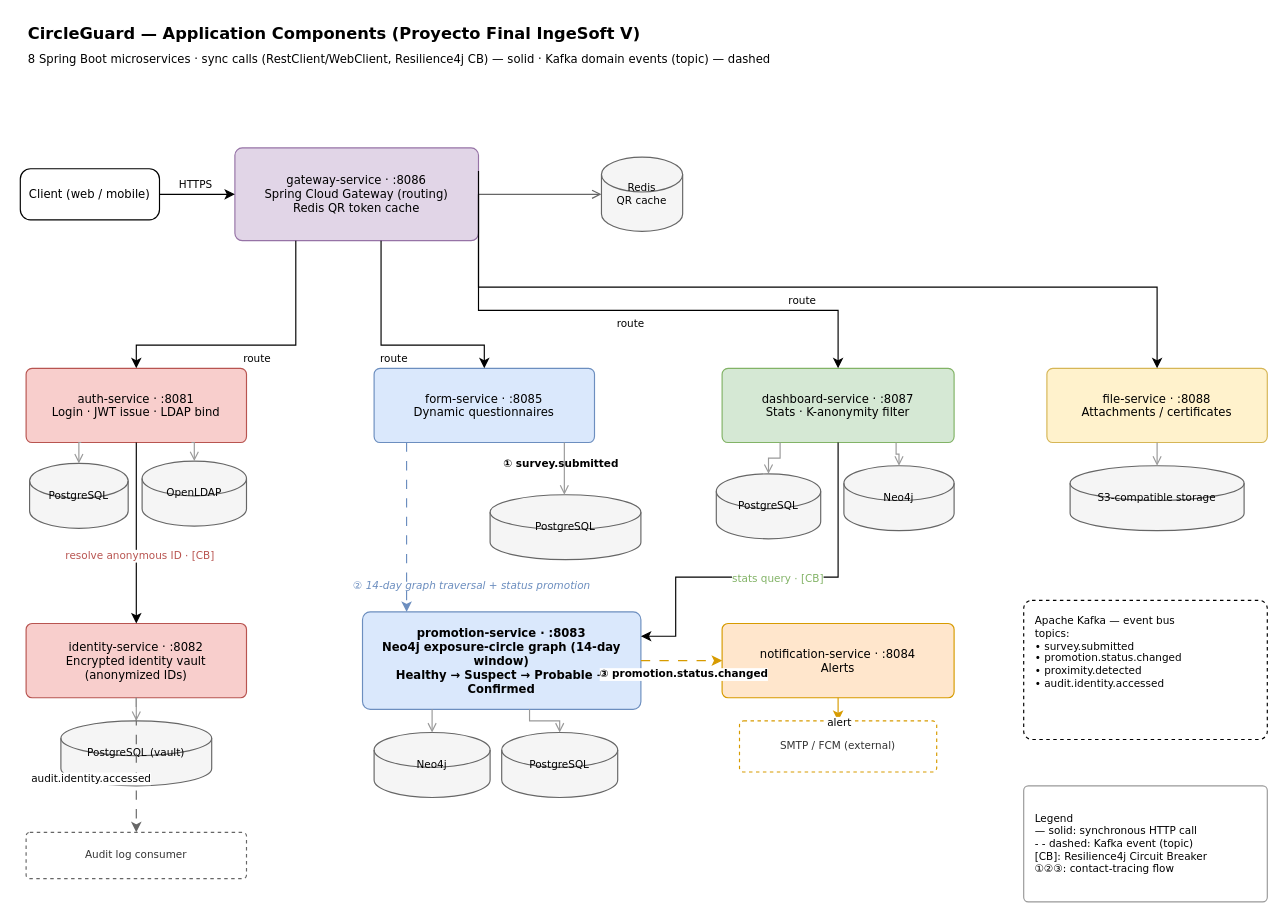
Before: doc/drawio/Application Components.drawio in RonyOz/microservices-circle-guard-ops, a draw.io diagram. Source tidied: cells renumbered, new cells numbered last; positions are measured from the earlier drawing's top-left corner, leaving out a move shared by most shapes. Both pictures are drawn from the tidied source at 116%, with x=0, y=0 at pixel (20, 20).
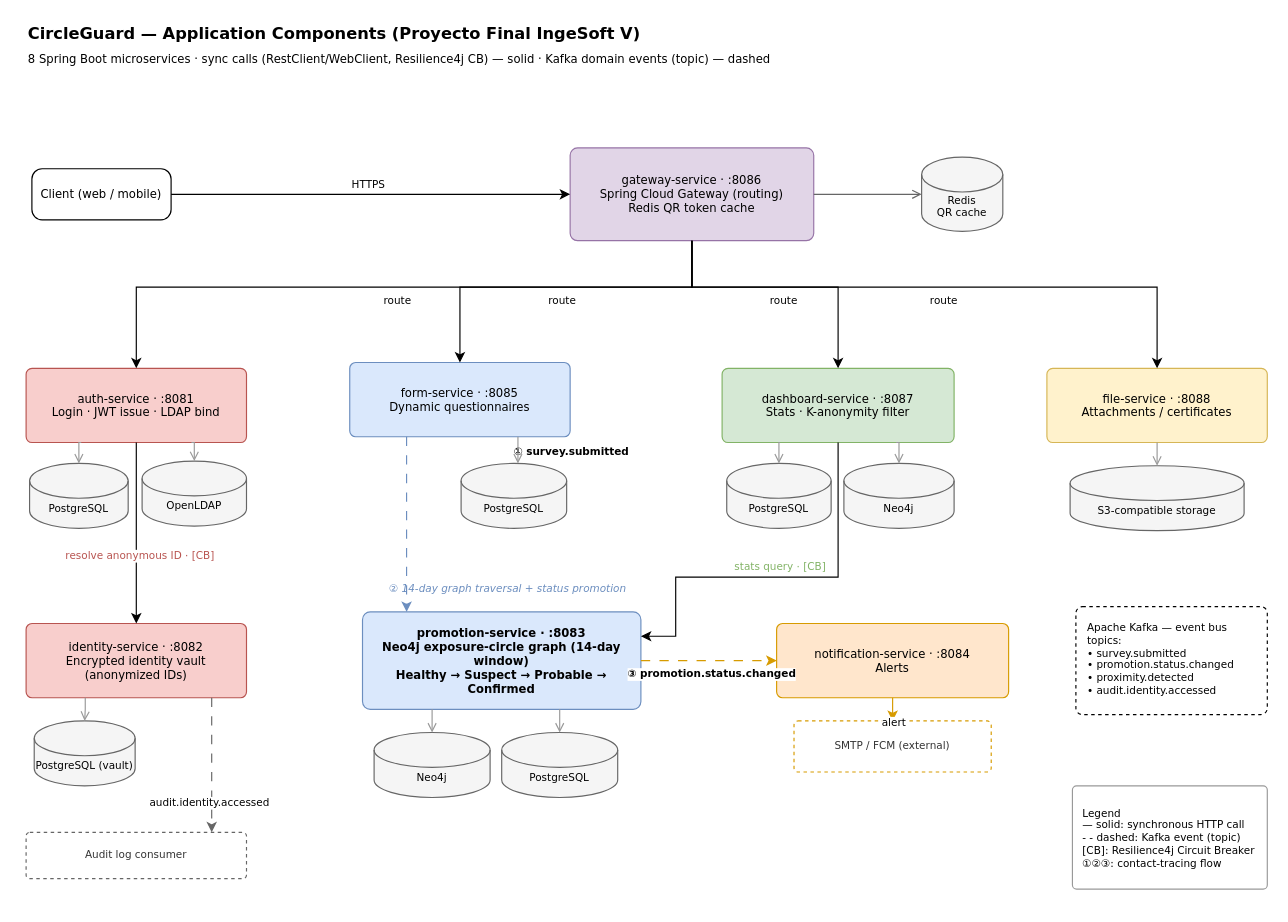
The same page after the edit.

Commit message:
doc: update components diagram

The change refers to these unchanged cells:
```xml
<mxCell id="7" value="auth-service · :8081&#10;Login · JWT issue · LDAP bind" style="rounded=1;whiteSpace=wrap;html=1;arcSize=8;fillColor=#f8cecc;strokeColor=#b85450;fontFamily=Verdana;fontSize=10;" parent="1" vertex="1">
  <mxGeometry x="5" y="300" width="190" height="64" as="geometry" />
</mxCell>
<mxCell id="10" value="identity-service · :8082&#10;Encrypted identity vault&#10;(anonymized IDs)" style="rounded=1;whiteSpace=wrap;html=1;arcSize=8;fillColor=#f8cecc;strokeColor=#b85450;fontFamily=Verdana;fontSize=10;" parent="1" vertex="1">
  <mxGeometry x="5" y="520" width="190" height="64" as="geometry" />
</mxCell>
<mxCell id="14" value="promotion-service · :8083&#10;Neo4j exposure-circle graph (14-day window)&#10;Healthy → Suspect → Probable → Confirmed" style="rounded=1;whiteSpace=wrap;html=1;arcSize=8;fillColor=#dae8fc;strokeColor=#6c8ebf;fontFamily=Verdana;fontSize=10;fontStyle=1;" parent="1" vertex="1">
  <mxGeometry x="295" y="510" width="240" height="84" as="geometry" />
</mxCell>
<mxCell id="17" value="dashboard-service · :8087&#10;Stats · K-anonymity filter" style="rounded=1;whiteSpace=wrap;html=1;arcSize=8;fillColor=#d5e8d4;strokeColor=#82b366;fontFamily=Verdana;fontSize=10;" parent="1" vertex="1">
  <mxGeometry x="605" y="300" width="200" height="64" as="geometry" />
</mxCell>
<mxCell id="22" value="file-service · :8088&#10;Attachments / certificates" style="rounded=1;whiteSpace=wrap;html=1;arcSize=8;fillColor=#fff2cc;strokeColor=#d6b656;fontFamily=Verdana;fontSize=10;" parent="1" vertex="1">
  <mxGeometry x="885" y="300" width="190" height="64" as="geometry" />
</mxCell>
<mxCell id="25" value="Audit log consumer" style="rounded=1;whiteSpace=wrap;html=1;arcSize=8;fillColor=none;dashed=1;strokeColor=#666666;fontFamily=Verdana;fontSize=9;fontColor=#333333;" parent="1" vertex="1">
  <mxGeometry x="5" y="700" width="190" height="40" as="geometry" />
</mxCell>
<mxCell id="41" style="edgeStyle=orthogonalEdgeStyle;rounded=0;html=1;endArrow=classic;exitX=0.5;exitY=1;exitDx=0;exitDy=0;entryX=1;entryY=0.25;entryDx=0;entryDy=0;" parent="1" edge="1" source="17" target="14">
  <mxGeometry relative="1" as="geometry">
    <Array as="points">
      <mxPoint x="705" y="480" />
      <mxPoint x="565" y="480" />
    </Array>
  </mxGeometry>
</mxCell>
<mxCell id="43" style="edgeStyle=orthogonalEdgeStyle;rounded=0;html=1;endArrow=classic;dashed=1;dashPattern=8 8;strokeColor=#6c8ebf;" parent="1" edge="1" source="12" target="14">
  <mxGeometry relative="1" as="geometry">
    <Array as="points">
      <mxPoint x="333" y="474" />
      <mxPoint x="333" y="474" />
    </Array>
  </mxGeometry>
</mxCell>
```

The edit, as a diff of the source:
```diff
@@
     <mxCell id="4" value="Client (web / mobile)" style="rounded=1;whiteSpace=wrap;html=1;arcSize=20;fillColor=none;fontFamily=Verdana;fontSize=10;" parent="1" vertex="1">
-      <mxGeometry y="128" width="120" height="44" as="geometry" />
+      <mxGeometry x="10" y="128" width="120" height="44" as="geometry" />
     </mxCell>
     <mxCell id="5" value="gateway-service · :8086&#10;Spring Cloud Gateway (routing)&#10;Redis QR token cache" style="rounded=1;whiteSpace=wrap;html=1;arcSize=8;fillColor=#e1d5e7;strokeColor=#9673a6;fontFamily=Verdana;fontSize=10;" parent="1" vertex="1">
-      <mxGeometry x="185" y="110" width="210" height="80" as="geometry" />
+      <mxGeometry x="474" y="110" width="210" height="80" as="geometry" />
     </mxCell>
-    <mxCell id="6" value="Redis&#10;QR cache" style="shape=cylinder3;whiteSpace=wrap;html=1;fillColor=#f5f5f5;strokeColor=#666666;fontFamily=Verdana;fontSize=9;" parent="1" vertex="1">
-      <mxGeometry x="501" y="118" width="70" height="64" as="geometry" />
+    <mxCell id="6" value="&lt;div&gt;&lt;br&gt;&lt;/div&gt;&lt;div&gt;&lt;br&gt;&lt;/div&gt;Redis&lt;br&gt;QR cache" style="shape=cylinder3;whiteSpace=wrap;html=1;fillColor=#f5f5f5;strokeColor=#666666;fontFamily=Verdana;fontSize=9;" parent="1" vertex="1">
+      <mxGeometry x="777" y="118" width="70" height="64" as="geometry" />
     </mxCell>
@@
-    <mxCell id="8" value="PostgreSQL" style="shape=cylinder3;whiteSpace=wrap;html=1;fillColor=#f5f5f5;strokeColor=#666666;fontFamily=Verdana;fontSize=9;" parent="1" vertex="1">
+    <mxCell id="8" value="&lt;div&gt;&lt;br&gt;&lt;/div&gt;&lt;div&gt;&lt;br&gt;&lt;/div&gt;PostgreSQL" style="shape=cylinder3;whiteSpace=wrap;html=1;fillColor=#f5f5f5;strokeColor=#666666;fontFamily=Verdana;fontSize=9;" parent="1" vertex="1">
       <mxGeometry x="8" y="382" width="85" height="56" as="geometry" />
     </mxCell>
-    <mxCell id="9" value="OpenLDAP" style="shape=cylinder3;whiteSpace=wrap;html=1;fillColor=#f5f5f5;strokeColor=#666666;fontFamily=Verdana;fontSize=9;" parent="1" vertex="1">
+    <mxCell id="9" value="&lt;div&gt;&lt;br&gt;&lt;/div&gt;&lt;div&gt;&lt;br&gt;&lt;/div&gt;OpenLDAP" style="shape=cylinder3;whiteSpace=wrap;html=1;fillColor=#f5f5f5;strokeColor=#666666;fontFamily=Verdana;fontSize=9;" parent="1" vertex="1">
       <mxGeometry x="105" y="380" width="90" height="56" as="geometry" />
     </mxCell>
@@
-    <mxCell id="11" value="PostgreSQL (vault)" style="shape=cylinder3;whiteSpace=wrap;html=1;fillColor=#f5f5f5;strokeColor=#666666;fontFamily=Verdana;fontSize=9;" parent="1" vertex="1">
-      <mxGeometry x="35" y="604" width="130" height="56" as="geometry" />
+    <mxCell id="11" value="&lt;div&gt;&lt;br&gt;&lt;/div&gt;&lt;div&gt;&lt;br&gt;&lt;/div&gt;PostgreSQL (vault)" style="shape=cylinder3;whiteSpace=wrap;html=1;fillColor=#f5f5f5;strokeColor=#666666;fontFamily=Verdana;fontSize=9;" parent="1" vertex="1">
+      <mxGeometry x="12" y="604" width="87" height="56" as="geometry" />
     </mxCell>
     <mxCell id="12" value="form-service · :8085&#10;Dynamic questionnaires" style="rounded=1;whiteSpace=wrap;html=1;arcSize=8;fillColor=#dae8fc;strokeColor=#6c8ebf;fontFamily=Verdana;fontSize=10;" parent="1" vertex="1">
-      <mxGeometry x="305" y="300" width="190" height="64" as="geometry" />
+      <mxGeometry x="284" y="295" width="190" height="64" as="geometry" />
     </mxCell>
-    <mxCell id="13" value="PostgreSQL" style="shape=cylinder3;whiteSpace=wrap;html=1;fillColor=#f5f5f5;strokeColor=#666666;fontFamily=Verdana;fontSize=9;" parent="1" vertex="1">
-      <mxGeometry x="405" y="409" width="130" height="56" as="geometry" />
+    <mxCell id="13" value="&lt;div&gt;&lt;br&gt;&lt;/div&gt;&lt;div&gt;&lt;br&gt;&lt;/div&gt;PostgreSQL" style="shape=cylinder3;whiteSpace=wrap;html=1;fillColor=#f5f5f5;strokeColor=#666666;fontFamily=Verdana;fontSize=9;" parent="1" vertex="1">
+      <mxGeometry x="380" y="382" width="91" height="56" as="geometry" />
     </mxCell>
@@
-    <mxCell id="15" value="Neo4j" style="shape=cylinder3;whiteSpace=wrap;html=1;fillColor=#f5f5f5;strokeColor=#666666;fontFamily=Verdana;fontSize=9;" parent="1" vertex="1">
+    <mxCell id="15" value="&lt;div&gt;&lt;br&gt;&lt;/div&gt;&lt;div&gt;&lt;br&gt;&lt;/div&gt;Neo4j" style="shape=cylinder3;whiteSpace=wrap;html=1;fillColor=#f5f5f5;strokeColor=#666666;fontFamily=Verdana;fontSize=9;" parent="1" vertex="1">
       <mxGeometry x="305" y="614" width="100" height="56" as="geometry" />
     </mxCell>
-    <mxCell id="16" value="PostgreSQL" style="shape=cylinder3;whiteSpace=wrap;html=1;fillColor=#f5f5f5;strokeColor=#666666;fontFamily=Verdana;fontSize=9;" parent="1" vertex="1">
+    <mxCell id="16" value="&lt;div&gt;&lt;br&gt;&lt;/div&gt;&lt;div&gt;&lt;br&gt;&lt;/div&gt;PostgreSQL" style="shape=cylinder3;whiteSpace=wrap;html=1;fillColor=#f5f5f5;strokeColor=#666666;fontFamily=Verdana;fontSize=9;" parent="1" vertex="1">
       <mxGeometry x="415" y="614" width="100" height="56" as="geometry" />
     </mxCell>
@@
-    <mxCell id="18" value="PostgreSQL" style="shape=cylinder3;whiteSpace=wrap;html=1;fillColor=#f5f5f5;strokeColor=#666666;fontFamily=Verdana;fontSize=9;" parent="1" vertex="1">
-      <mxGeometry x="600" y="391" width="90" height="56" as="geometry" />
+    <mxCell id="18" value="&lt;div&gt;&lt;br&gt;&lt;/div&gt;&lt;div&gt;&lt;br&gt;&lt;/div&gt;PostgreSQL" style="shape=cylinder3;whiteSpace=wrap;html=1;fillColor=#f5f5f5;strokeColor=#666666;fontFamily=Verdana;fontSize=9;" parent="1" vertex="1">
+      <mxGeometry x="609" y="382" width="90" height="56" as="geometry" />
     </mxCell>
-    <mxCell id="19" value="Neo4j" style="shape=cylinder3;whiteSpace=wrap;html=1;fillColor=#f5f5f5;strokeColor=#666666;fontFamily=Verdana;fontSize=9;" parent="1" vertex="1">
-      <mxGeometry x="710" y="384" width="95" height="56" as="geometry" />
+    <mxCell id="19" value="&lt;div&gt;&lt;br&gt;&lt;/div&gt;&lt;div&gt;&lt;br&gt;&lt;/div&gt;Neo4j" style="shape=cylinder3;whiteSpace=wrap;html=1;fillColor=#f5f5f5;strokeColor=#666666;fontFamily=Verdana;fontSize=9;" parent="1" vertex="1">
+      <mxGeometry x="710" y="382" width="95" height="56" as="geometry" />
     </mxCell>
     <mxCell id="20" value="notification-service · :8084&#10;Alerts" style="rounded=1;whiteSpace=wrap;html=1;arcSize=8;fillColor=#ffe6cc;strokeColor=#d79b00;fontFamily=Verdana;fontSize=10;" parent="1" vertex="1">
-      <mxGeometry x="605" y="520" width="200" height="64" as="geometry" />
+      <mxGeometry x="652" y="520" width="200" height="64" as="geometry" />
     </mxCell>
     <mxCell id="21" value="SMTP / FCM (external)" style="rounded=1;whiteSpace=wrap;html=1;arcSize=8;fillColor=none;dashed=1;strokeColor=#d79b00;fontFamily=Verdana;fontSize=9;fontColor=#333333;" parent="1" vertex="1">
-      <mxGeometry x="620" y="604" width="170" height="44" as="geometry" />
+      <mxGeometry x="667" y="604" width="170" height="44" as="geometry" />
     </mxCell>
@@
-    <mxCell id="23" value="S3-compatible storage" style="shape=cylinder3;whiteSpace=wrap;html=1;fillColor=#f5f5f5;strokeColor=#666666;fontFamily=Verdana;fontSize=9;" parent="1" vertex="1">
+    <mxCell id="23" value="&lt;div&gt;&lt;br&gt;&lt;/div&gt;&lt;div&gt;&lt;br&gt;&lt;/div&gt;S3-compatible storage" style="shape=cylinder3;whiteSpace=wrap;html=1;fillColor=#f5f5f5;strokeColor=#666666;fontFamily=Verdana;fontSize=9;" parent="1" vertex="1">
       <mxGeometry x="905" y="384" width="150" height="56" as="geometry" />
     </mxCell>
     <mxCell id="24" value="Apache Kafka — event bus&#10;topics:&#10;• survey.submitted&#10;• promotion.status.changed&#10;• proximity.detected&#10;• audit.identity.accessed" style="rounded=1;whiteSpace=wrap;html=1;arcSize=6;fillColor=none;strokeColor=#000000;dashed=1;fontFamily=Verdana;fontSize=9;align=left;spacingLeft=8;verticalAlign=top;spacingTop=6;" parent="1" vertex="1">
-      <mxGeometry x="865" y="500" width="210" height="120" as="geometry" />
+      <mxGeometry x="910" y="505.5" width="165" height="93" as="geometry" />
     </mxCell>
@@
     <mxCell id="26" style="rounded=1;whiteSpace=wrap;html=1;arcSize=4;fillColor=none;strokeColor=#999999;" parent="1" vertex="1">
-      <mxGeometry x="865" y="660" width="210" height="100" as="geometry" />
+      <mxGeometry x="907" y="660" width="168" height="89" as="geometry" />
     </mxCell>
     <mxCell id="27" value="Legend&#10;— solid: synchronous HTTP call&#10;- - dashed: Kafka event (topic)&#10;[CB]: Resilience4j Circuit Breaker&#10;①②③: contact-tracing flow" style="text;html=1;align=left;verticalAlign=middle;fontFamily=Verdana;fontSize=9;labelBackgroundColor=none;" parent="1" vertex="1">
-      <mxGeometry x="873" y="665" width="195" height="90" as="geometry" />
+      <mxGeometry x="914" y="665" width="154" height="80" as="geometry" />
     </mxCell>
@@
-    <mxCell id="31" style="edgeStyle=orthogonalEdgeStyle;rounded=0;html=1;endArrow=classic;exitX=0.25;exitY=1;exitDx=0;exitDy=0;entryX=0.5;entryY=0;entryDx=0;entryDy=0;" parent="1" edge="1" source="5" target="7">
+    <mxCell id="31" style="edgeStyle=orthogonalEdgeStyle;rounded=0;html=1;endArrow=classic;" parent="1" edge="1" source="5" target="7">
       <mxGeometry relative="1" as="geometry">
         <Array as="points">
-          <mxPoint x="100" y="280" />
+          <mxPoint x="579" y="230" />
+          <mxPoint x="100" y="230" />
         </Array>
       </mxGeometry>
     </mxCell>
@@
-    <mxCell id="33" style="edgeStyle=orthogonalEdgeStyle;rounded=0;html=1;endArrow=classic;exitX=0.6;exitY=1;exitDx=0;exitDy=0;entryX=0.5;entryY=0;entryDx=0;entryDy=0;" parent="1" edge="1" source="5" target="12">
+    <mxCell id="33" style="edgeStyle=orthogonalEdgeStyle;rounded=0;html=1;endArrow=classic;" parent="1" edge="1" source="5" target="12">
       <mxGeometry relative="1" as="geometry">
         <Array as="points">
-          <mxPoint x="400" y="280" />
+          <mxPoint x="579" y="230" />
+          <mxPoint x="379" y="230" />
         </Array>
       </mxGeometry>
     </mxCell>
@@
-    <mxCell id="35" style="edgeStyle=orthogonalEdgeStyle;rounded=0;html=1;endArrow=classic;exitX=1;exitY=0.5;exitDx=0;exitDy=0;entryX=0.5;entryY=0;entryDx=0;entryDy=0;" parent="1" edge="1" source="5" target="17">
+    <mxCell id="35" style="edgeStyle=orthogonalEdgeStyle;rounded=0;html=1;endArrow=classic;" parent="1" edge="1" source="5" target="17">
       <mxGeometry relative="1" as="geometry">
         <Array as="points">
-          <mxPoint x="705" y="250" />
+          <mxPoint x="579" y="230" />
+          <mxPoint x="705" y="230" />
         </Array>
       </mxGeometry>
     </mxCell>
@@
-    <mxCell id="37" style="edgeStyle=orthogonalEdgeStyle;rounded=0;html=1;endArrow=classic;exitX=1;exitY=0.25;exitDx=0;exitDy=0;entryX=0.5;entryY=0;entryDx=0;entryDy=0;" parent="1" edge="1" source="5" target="22">
+    <mxCell id="37" style="edgeStyle=orthogonalEdgeStyle;rounded=0;html=1;endArrow=classic;" parent="1" edge="1" source="5" target="22">
       <mxGeometry relative="1" as="geometry">
         <Array as="points">
+          <mxPoint x="579" y="230" />
           <mxPoint x="980" y="230" />
         </Array>
       </mxGeometry>
     </mxCell>
@@
     <mxCell id="42" value="stats query · [CB]" style="edgeLabel;html=1;align=center;fontFamily=Verdana;fontSize=9;fontColor=#82b366;labelBackgroundColor=#FFFFFF;" parent="41" vertex="1">
       <mxGeometry relative="1" as="geometry">
-        <mxPoint y="-10" as="offset" />
+        <mxPoint x="2" y="-21" as="offset" />
       </mxGeometry>
     </mxCell>
@@
-    <mxCell id="44" value="①  survey.submitted" style="edgeLabel;html=1;align=center;fontFamily=Verdana;fontSize=9;fontStyle=1;labelBackgroundColor=#FFFFFF;" parent="43" vertex="1">
+    <mxCell id="44" value="&lt;span style=&quot;background-color: light-dark(#ffffff, var(--ge-dark-color, #121212));&quot;&gt;①  survey.submitted&lt;/span&gt;" style="edgeLabel;html=1;align=center;fontFamily=Verdana;fontSize=9;fontStyle=1;labelBackgroundColor=#FFFFFF;" parent="43" vertex="1">
       <mxGeometry relative="1" as="geometry">
-        <mxPoint x="132" y="-66" as="offset" />
+        <mxPoint x="141" y="-75" as="offset" />
       </mxGeometry>
     </mxCell>
     <mxCell id="45" value="②  14-day graph traversal + status promotion" style="text;html=1;align=center;verticalAlign=middle;fontFamily=Verdana;fontSize=9;fontStyle=2;fontColor=#6c8ebf;labelBackgroundColor=none;" parent="1" vertex="1">
-      <mxGeometry x="269" y="478" width="240" height="20" as="geometry" />
+      <mxGeometry x="300" y="480" width="240" height="20" as="geometry" />
     </mxCell>
@@
-    <mxCell id="50" style="edgeStyle=orthogonalEdgeStyle;rounded=0;html=1;endArrow=classic;dashed=1;dashPattern=8 8;exitX=0.5;exitY=1;exitDx=0;exitDy=0;entryX=0.5;entryY=0;entryDx=0;entryDy=0;strokeColor=#666666;" parent="1" edge="1" source="10" target="25">
+    <mxCell id="50" style="edgeStyle=orthogonalEdgeStyle;rounded=0;html=1;endArrow=classic;dashed=1;dashPattern=8 8;exitX=0.5;exitY=1;exitDx=0;exitDy=0;entryX=0.5;entryY=0;entryDx=0;entryDy=0;strokeColor=#666666;" parent="1" edge="1">
       <mxGeometry relative="1" as="geometry">
+        <mxPoint x="165" y="584" as="sourcePoint" />
+        <mxPoint x="165" y="700" as="targetPoint" />
         <Array as="points">
-          <mxPoint x="100" y="680" />
+          <mxPoint x="165" y="680" />
         </Array>
       </mxGeometry>
     </mxCell>
     <mxCell id="51" value="audit.identity.accessed" style="edgeLabel;html=1;align=center;fontFamily=Verdana;fontSize=9;labelBackgroundColor=#FFFFFF;" parent="50" vertex="1">
       <mxGeometry relative="1" as="geometry">
-        <mxPoint x="-40" as="offset" />
+        <mxPoint x="-3" y="21" as="offset" />
       </mxGeometry>
     </mxCell>
@@
-    <mxCell id="54" style="edgeStyle=orthogonalEdgeStyle;rounded=0;html=1;endArrow=open;endFill=0;strokeColor=#999999;exitX=0.5;exitY=1;entryX=0.5;entryY=0;" parent="1" edge="1" source="10" target="11">
-      <mxGeometry relative="1" as="geometry" />
+    <mxCell id="54" style="edgeStyle=orthogonalEdgeStyle;rounded=0;html=1;endArrow=open;endFill=0;strokeColor=#999999;entryX=0.5;entryY=0;" parent="1" edge="1" source="10" target="11">
+      <mxGeometry relative="1" as="geometry">
+        <Array as="points">
+          <mxPoint x="56" y="594" />
+          <mxPoint x="56" y="594" />
+        </Array>
+      </mxGeometry>
     </mxCell>
     <mxCell id="55" style="edgeStyle=orthogonalEdgeStyle;rounded=0;html=1;endArrow=open;endFill=0;strokeColor=#999999;" parent="1" edge="1" source="12" target="13">
       <mxGeometry relative="1" as="geometry">
         <Array as="points">
-          <mxPoint x="469" y="394" />
-          <mxPoint x="469" y="394" />
+          <mxPoint x="429" y="373" />
+          <mxPoint x="429" y="373" />
         </Array>
       </mxGeometry>
     </mxCell>
@@
-    <mxCell id="57" style="edgeStyle=orthogonalEdgeStyle;rounded=0;html=1;endArrow=open;endFill=0;strokeColor=#999999;exitX=0.6;exitY=1;entryX=0.5;entryY=0;" parent="1" edge="1" source="14" target="16">
-      <mxGeometry relative="1" as="geometry" />
+    <mxCell id="57" style="edgeStyle=orthogonalEdgeStyle;rounded=0;html=1;endArrow=open;endFill=0;strokeColor=#999999;entryX=0.5;entryY=0;" parent="1" edge="1" source="14" target="16">
+      <mxGeometry relative="1" as="geometry">
+        <Array as="points">
+          <mxPoint x="465" y="599" />
+          <mxPoint x="465" y="599" />
+        </Array>
+      </mxGeometry>
     </mxCell>
```
